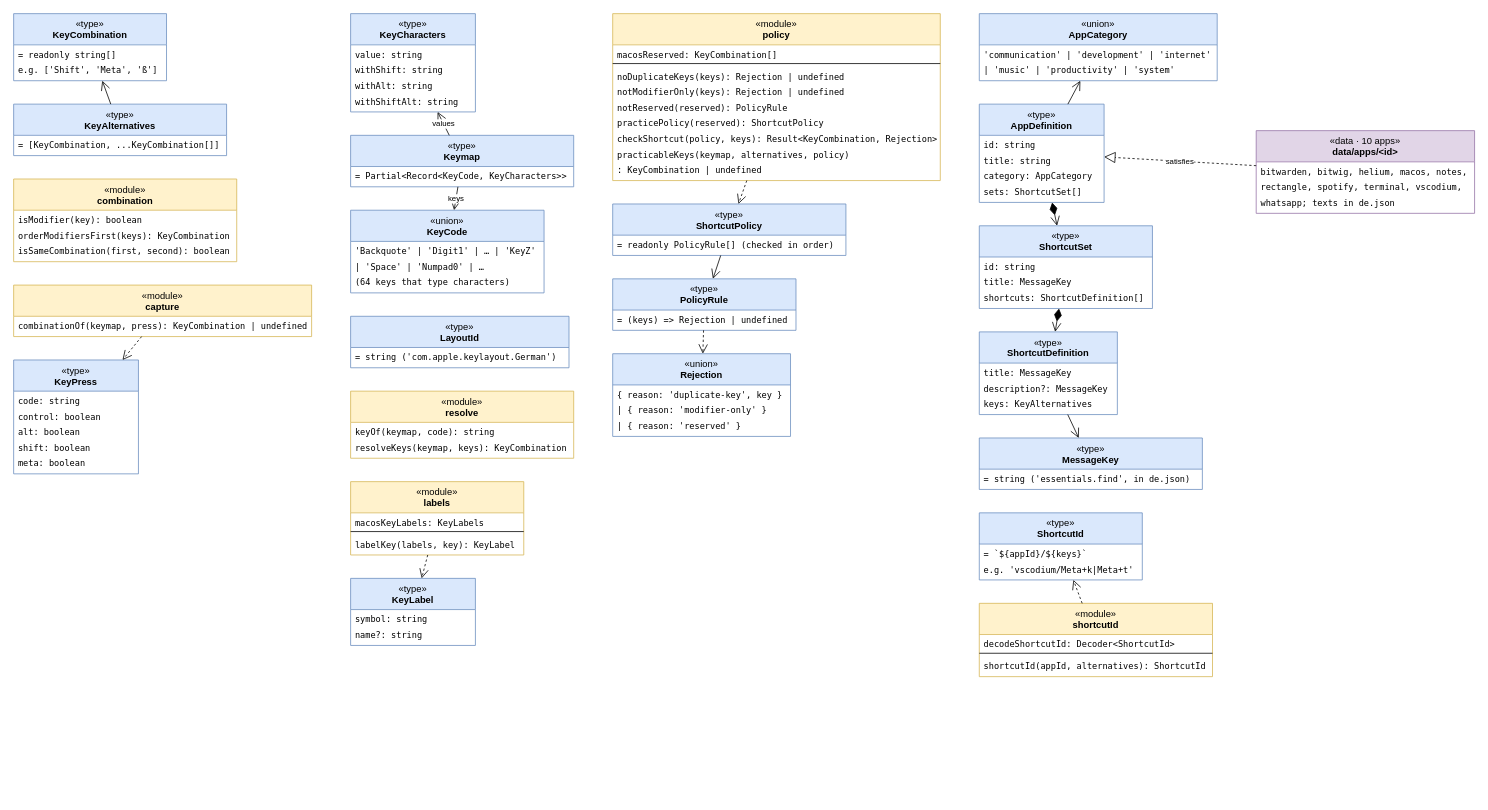
Before: page "Classes – keyboard & shortcuts" (2 of 10) of docs/uml.drawio in r0binius/mathe2-trainer, a draw.io diagram. Source tidied: cells renumbered, new cells numbered last; positions are measured from the earlier drawing's top-left corner, leaving out a move shared by most shapes. Both pictures are drawn from the tidied source at 78%, with x=0, y=0 at pixel (13, 13).
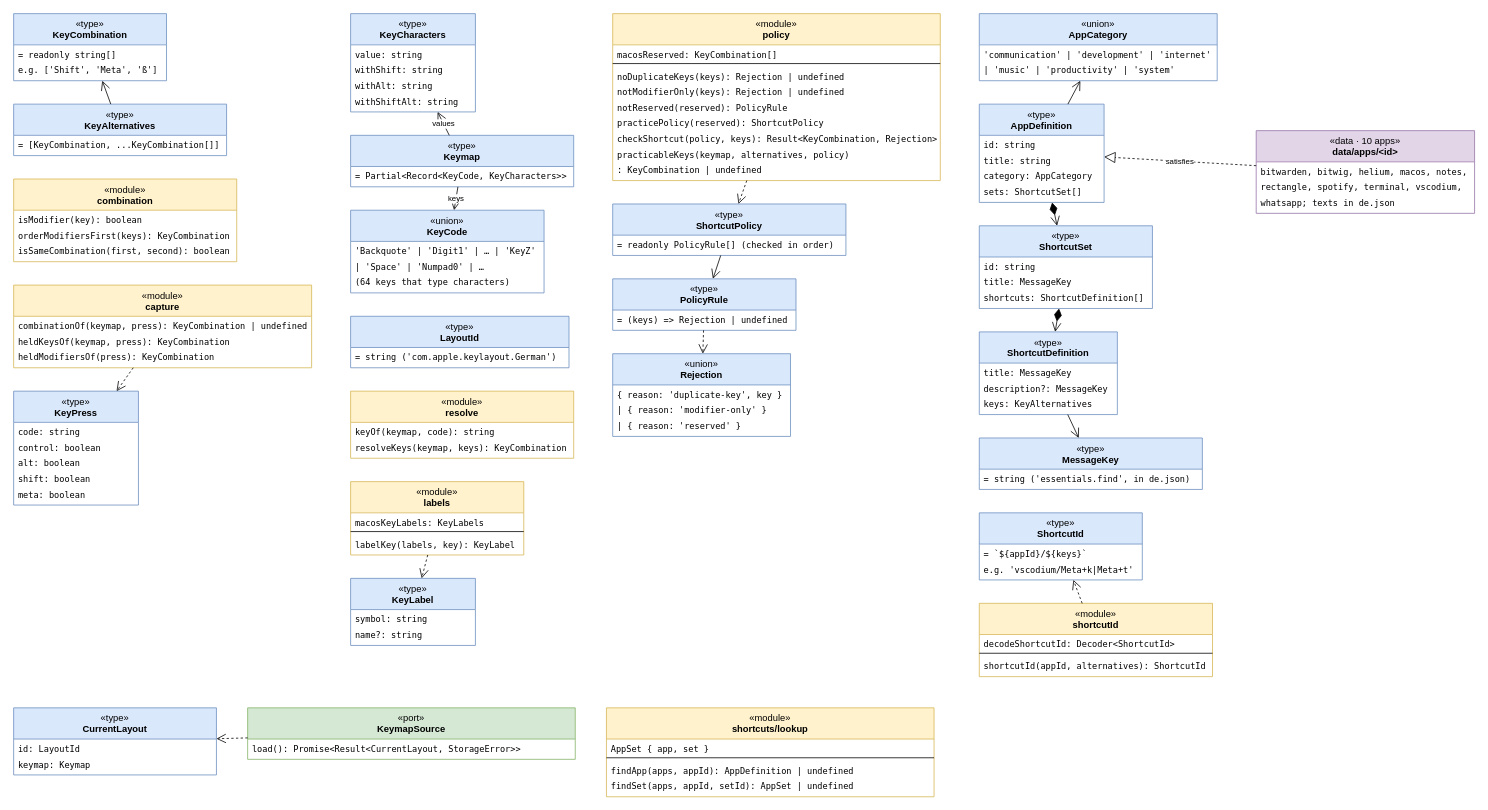
The same diagram, later.

The edit, as a diff of the source:
```diff
@@
     <mxCell id="11" value="&amp;laquo;module&amp;raquo;&lt;br&gt;&lt;b&gt;capture&lt;/b&gt;" style="swimlane;fontStyle=0;align=center;verticalAlign=top;horizontal=1;startSize=40;html=1;whiteSpace=wrap;fillColor=#fff2cc;strokeColor=#d6b656;swimlaneFillColor=#ffffff;" parent="1" vertex="1">
-      <mxGeometry y="348" width="382" height="66" as="geometry" />
+      <mxGeometry y="348" width="382" height="106" as="geometry" />
     </mxCell>
@@
     <mxCell id="13" value="&amp;laquo;type&amp;raquo;&lt;br&gt;&lt;b&gt;KeyPress&lt;/b&gt;" style="swimlane;fontStyle=0;align=center;verticalAlign=top;horizontal=1;startSize=40;html=1;whiteSpace=wrap;fillColor=#dae8fc;strokeColor=#6c8ebf;swimlaneFillColor=#ffffff;" parent="1" vertex="1">
-      <mxGeometry y="444" width="160" height="146" as="geometry" />
+      <mxGeometry y="484" width="160" height="146" as="geometry" />
     </mxCell>
@@
+    <mxCell id="103" value="&amp;laquo;type&amp;raquo;&lt;br&gt;&lt;b&gt;CurrentLayout&lt;/b&gt;" style="swimlane;fontStyle=0;align=center;verticalAlign=top;horizontal=1;startSize=40;html=1;whiteSpace=wrap;fillColor=#dae8fc;strokeColor=#6c8ebf;swimlaneFillColor=#ffffff;" parent="1" vertex="1">
+      <mxGeometry y="890" width="260" height="86" as="geometry" />
+    </mxCell>
+    <mxCell id="104" value="id: LayoutId" style="text;strokeColor=none;fillColor=none;align=left;verticalAlign=top;spacingLeft=4;spacingRight=4;overflow=hidden;fontSize=11;fontFamily=Menlo;html=0;" parent="103" vertex="1">
+      <mxGeometry y="40" width="260" height="20" as="geometry" />
+    </mxCell>
+    <mxCell id="105" value="keymap: Keymap" style="text;strokeColor=none;fillColor=none;align=left;verticalAlign=top;spacingLeft=4;spacingRight=4;overflow=hidden;fontSize=11;fontFamily=Menlo;html=0;" parent="103" vertex="1">
+      <mxGeometry y="60" width="260" height="20" as="geometry" />
+    </mxCell>
+    <mxCell id="106" value="&amp;laquo;port&amp;raquo;&lt;br&gt;&lt;b&gt;KeymapSource&lt;/b&gt;" style="swimlane;fontStyle=0;align=center;verticalAlign=top;horizontal=1;startSize=40;html=1;whiteSpace=wrap;fillColor=#d5e8d4;strokeColor=#82b366;swimlaneFillColor=#ffffff;" parent="1" vertex="1">
+      <mxGeometry x="300" y="890" width="420" height="66" as="geometry" />
+    </mxCell>
+    <mxCell id="107" value="load(): Promise&lt;Result&lt;CurrentLayout, StorageError&gt;&gt;" style="text;strokeColor=none;fillColor=none;align=left;verticalAlign=top;spacingLeft=4;spacingRight=4;overflow=hidden;fontSize=11;fontFamily=Menlo;html=0;" parent="106" vertex="1">
+      <mxGeometry y="40" width="420" height="20" as="geometry" />
+    </mxCell>
+    <mxCell id="108" value="heldKeysOf(keymap, press): KeyCombination" style="text;strokeColor=none;fillColor=none;align=left;verticalAlign=top;spacingLeft=4;spacingRight=4;overflow=hidden;fontSize=11;fontFamily=Menlo;html=0;" parent="11" vertex="1">
+      <mxGeometry y="60" width="382" height="20" as="geometry" />
+    </mxCell>
+    <mxCell id="109" value="heldModifiersOf(press): KeyCombination" style="text;strokeColor=none;fillColor=none;align=left;verticalAlign=top;spacingLeft=4;spacingRight=4;overflow=hidden;fontSize=11;fontFamily=Menlo;html=0;" parent="11" vertex="1">
+      <mxGeometry y="80" width="382" height="20" as="geometry" />
+    </mxCell>
+    <mxCell id="110" value="&amp;laquo;module&amp;raquo;&lt;br&gt;&lt;b&gt;shortcuts/lookup&lt;/b&gt;" style="swimlane;fontStyle=0;align=center;verticalAlign=top;horizontal=1;startSize=40;html=1;whiteSpace=wrap;fillColor=#fff2cc;strokeColor=#d6b656;swimlaneFillColor=#ffffff;" parent="1" vertex="1">
+      <mxGeometry x="760" y="890" width="420" height="114" as="geometry" />
+    </mxCell>
+    <mxCell id="111" value="AppSet { app, set }" style="text;strokeColor=none;fillColor=none;align=left;verticalAlign=top;spacingLeft=4;spacingRight=4;overflow=hidden;fontSize=11;fontFamily=Menlo;html=0;" parent="110" vertex="1">
+      <mxGeometry y="40" width="420" height="20" as="geometry" />
+    </mxCell>
+    <mxCell id="112" style="line;strokeWidth=1;fillColor=none;align=left;verticalAlign=middle;spacingTop=-1;spacingLeft=3;spacingRight=3;labelPosition=right;" parent="110" vertex="1">
+      <mxGeometry y="60" width="420" height="8" as="geometry" />
+    </mxCell>
+    <mxCell id="113" value="findApp(apps, appId): AppDefinition | undefined" style="text;strokeColor=none;fillColor=none;align=left;verticalAlign=top;spacingLeft=4;spacingRight=4;overflow=hidden;fontSize=11;fontFamily=Menlo;html=0;" parent="110" vertex="1">
+      <mxGeometry y="68" width="420" height="20" as="geometry" />
+    </mxCell>
+    <mxCell id="114" value="findSet(apps, appId, setId): AppSet | undefined" style="text;strokeColor=none;fillColor=none;align=left;verticalAlign=top;spacingLeft=4;spacingRight=4;overflow=hidden;fontSize=11;fontFamily=Menlo;html=0;" parent="110" vertex="1">
+      <mxGeometry y="88" width="420" height="20" as="geometry" />
+    </mxCell>
+    <mxCell id="115" style="html=1;fontSize=10;labelBackgroundColor=#ffffff;endArrow=open;endSize=10;dashed=1;" parent="1" edge="1" source="106" target="103">
+      <mxGeometry relative="1" as="geometry" />
+    </mxCell>
```
